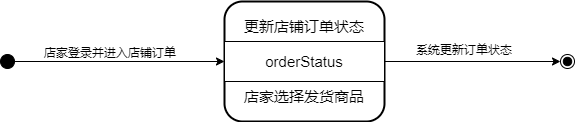
w1ntercube/TJ-SE-Design keeps this draw.io diagram as 文档/需求分析规约文档/三种建模/images/行为建模/12处理订单用例建模-行为建模.drawio.png. Above is the earlier version. Source tidied: cells renumbered, new cells last; positions are measured from the earlier drawing's top-left corner, leaving out a move shared by most shapes.
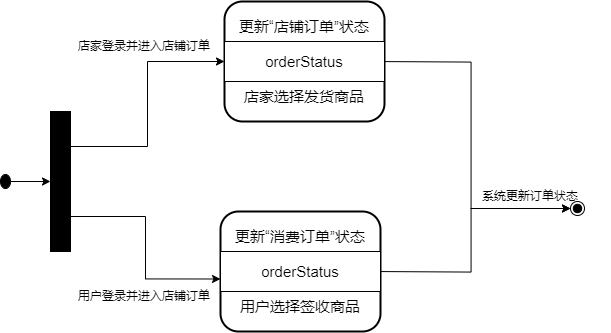
Above is the later version.

Change to the diagram source:
```diff
@@ -2,41 +2,78 @@
   <root>
     <mxCell id="0" />
     <mxCell id="1" parent="0" />
-    <mxCell id="2" style="edgeStyle=orthogonalEdgeStyle;rounded=0;jettySize=auto;html=1;entryX=0;entryY=0.5;entryDx=0;entryDy=0;" parent="1" edge="1" source="3" target="9">
-      <mxGeometry relative="1" as="geometry" />
-    </mxCell>
+    <mxCell id="14" style="edgeStyle=orthogonalEdgeStyle;rounded=0;jettySize=auto;html=1;exitX=1;exitY=0.5;exitDx=0;exitDy=0;entryX=0.5;entryY=1;entryDx=0;entryDy=0;" parent="1" edge="1" source="3" target="19">
+      <mxGeometry relative="1" as="geometry" />
+    </mxCell>
     <mxCell id="3" style="ellipse;fillColor=strokeColor;" parent="1" vertex="1">
-      <mxGeometry y="53" width="14" height="14" as="geometry" />
+      <mxGeometry y="53" width="10" height="14" as="geometry" />
     </mxCell>
     <mxCell id="4" style="ellipse;shape=endState;fillColor=strokeColor;" parent="1" vertex="1">
-      <mxGeometry x="560" y="53" width="14" height="14" as="geometry" />
+      <mxGeometry x="570" y="80" width="14" height="14" as="geometry" />
     </mxCell>
-    <mxCell id="5" style="group;strokeWidth=11;" parent="1" vertex="1">
-      <mxGeometry x="224" width="160" height="120" as="geometry" />
-    </mxCell>
-    <mxCell id="6" style="rounded=1;whiteSpace=wrap;html=1;strokeWidth=2;" parent="5" vertex="1">
-      <mxGeometry width="160" height="120" as="geometry" />
-    </mxCell>
-    <mxCell id="7" style="verticalLabelPosition=bottom;verticalAlign=top;html=1;shape=mxgraph.basic.rect;fillColor2=none;strokeWidth=1;size=20;indent=5;" parent="5" vertex="1">
-      <mxGeometry y="40" width="160" height="40" as="geometry" />
-    </mxCell>
-    <mxCell id="8" value="&lt;span style=&quot;font-size: 15px;&quot;&gt;更新店铺订单状态&lt;/span&gt;" style="text;html=1;align=center;verticalAlign=middle;whiteSpace=wrap;rounded=0;" parent="5" vertex="1">
-      <mxGeometry y="10" width="160" height="30" as="geometry" />
-    </mxCell>
-    <mxCell id="9" value="&lt;span style=&quot;font-size: 15px;&quot;&gt;orderStatus&lt;/span&gt;" style="text;html=1;align=center;verticalAlign=middle;whiteSpace=wrap;rounded=0;" parent="5" vertex="1">
-      <mxGeometry y="45" width="160" height="30" as="geometry" />
-    </mxCell>
-    <mxCell id="10" value="&lt;span style=&quot;font-size: 15px;&quot;&gt;店家选择发货商品&lt;/span&gt;" style="text;html=1;align=center;verticalAlign=middle;whiteSpace=wrap;rounded=0;" parent="5" vertex="1">
-      <mxGeometry y="80" width="160" height="30" as="geometry" />
-    </mxCell>
-    <mxCell id="11" style="edgeStyle=orthogonalEdgeStyle;rounded=0;jettySize=auto;html=1;entryX=0;entryY=0.5;entryDx=0;entryDy=0;" parent="1" edge="1" source="9" target="4">
-      <mxGeometry relative="1" as="geometry" />
+    <mxCell id="11" style="edgeStyle=orthogonalEdgeStyle;rounded=0;jettySize=auto;html=1;entryX=0;entryY=0.5;entryDx=0;entryDy=0;" parent="1" edge="1" target="4">
+      <mxGeometry relative="1" as="geometry">
+        <mxPoint x="370" y="-60" as="sourcePoint" />
+      </mxGeometry>
     </mxCell>
-    <mxCell id="12" value="店家登录并进入店铺订单" style="text;html=1;align=center;verticalAlign=middle;whiteSpace=wrap;rounded=0;" parent="1" vertex="1">
-      <mxGeometry x="30" y="37" width="160" height="30" as="geometry" />
+    <mxCell id="12" value="用户登录并进入店铺订单" style="text;html=1;align=center;verticalAlign=middle;whiteSpace=wrap;rounded=0;" parent="1" vertex="1">
+      <mxGeometry x="64" y="160" width="160" height="30" as="geometry" />
     </mxCell>
     <mxCell id="13" value="系统更新订单状态" style="text;html=1;align=center;verticalAlign=middle;whiteSpace=wrap;rounded=0;" parent="1" vertex="1">
-      <mxGeometry x="384" y="34" width="160" height="30" as="geometry" />
+      <mxGeometry x="450" y="60" width="160" height="30" as="geometry" />
     </mxCell>
+    <mxCell id="15" style="edgeStyle=orthogonalEdgeStyle;rounded=0;jettySize=auto;html=1;entryX=0;entryY=0.5;entryDx=0;entryDy=0;" parent="1" edge="1" target="4">
+      <mxGeometry relative="1" as="geometry">
+        <mxPoint x="370" y="150" as="sourcePoint" />
+      </mxGeometry>
+    </mxCell>
+    <mxCell id="16" value="店家登录并进入店铺订单" style="text;html=1;align=center;verticalAlign=middle;whiteSpace=wrap;rounded=0;" parent="1" vertex="1">
+      <mxGeometry x="64" y="-90" width="160" height="30" as="geometry" />
+    </mxCell>
+    <mxCell id="17" style="edgeStyle=orthogonalEdgeStyle;rounded=0;jettySize=auto;html=1;exitX=0.25;exitY=0;exitDx=0;exitDy=0;entryX=0;entryY=0.5;entryDx=0;entryDy=0;" parent="1" edge="1" source="19" target="24">
+      <mxGeometry relative="1" as="geometry" />
+    </mxCell>
+    <mxCell id="18" style="edgeStyle=orthogonalEdgeStyle;rounded=0;jettySize=auto;html=1;exitX=0.75;exitY=0;exitDx=0;exitDy=0;entryX=0;entryY=0.75;entryDx=0;entryDy=0;" parent="1" edge="1" source="19" target="29">
+      <mxGeometry relative="1" as="geometry" />
+    </mxCell>
+    <mxCell id="19" style="rounded=0;whiteSpace=wrap;html=1;fillColor=#000000;rotation=90;" parent="1" vertex="1">
+      <mxGeometry x="-10" y="50" width="140" height="20" as="geometry" />
+    </mxCell>
+    <mxCell id="20" style="group;strokeWidth=11;" parent="1" vertex="1">
+      <mxGeometry x="224" y="-120" width="160" height="120" as="geometry" />
+    </mxCell>
+    <mxCell id="21" style="rounded=1;whiteSpace=wrap;html=1;strokeWidth=2;" parent="20" vertex="1">
+      <mxGeometry width="160" height="120" as="geometry" />
+    </mxCell>
+    <mxCell id="22" style="verticalLabelPosition=bottom;verticalAlign=top;html=1;shape=mxgraph.basic.rect;fillColor2=none;strokeWidth=1;size=20;indent=5;" parent="20" vertex="1">
+      <mxGeometry y="40" width="160" height="40" as="geometry" />
+    </mxCell>
+    <mxCell id="23" value="&lt;span style=&quot;font-size: 15px;&quot;&gt;更新“店铺订单”状态&lt;/span&gt;" style="text;html=1;align=center;verticalAlign=middle;whiteSpace=wrap;rounded=0;" parent="20" vertex="1">
+      <mxGeometry y="10" width="160" height="30" as="geometry" />
+    </mxCell>
+    <mxCell id="24" value="&lt;span style=&quot;font-size: 15px;&quot;&gt;orderStatus&lt;/span&gt;" style="text;html=1;align=center;verticalAlign=middle;whiteSpace=wrap;rounded=0;" parent="20" vertex="1">
+      <mxGeometry y="45" width="160" height="30" as="geometry" />
+    </mxCell>
+    <mxCell id="10" value="&lt;span style=&quot;font-size: 15px;&quot;&gt;店家选择发货商品&lt;/span&gt;" style="text;html=1;align=center;verticalAlign=middle;whiteSpace=wrap;rounded=0;" parent="20" vertex="1">
+      <mxGeometry y="80" width="160" height="30" as="geometry" />
+    </mxCell>
+    <mxCell id="25" style="group;strokeWidth=11;" parent="1" vertex="1">
+      <mxGeometry x="220" y="90" width="160" height="120" as="geometry" />
+    </mxCell>
+    <mxCell id="26" style="rounded=1;whiteSpace=wrap;html=1;strokeWidth=2;" parent="25" vertex="1">
+      <mxGeometry width="160" height="120" as="geometry" />
+    </mxCell>
+    <mxCell id="27" style="verticalLabelPosition=bottom;verticalAlign=top;html=1;shape=mxgraph.basic.rect;fillColor2=none;strokeWidth=1;size=20;indent=5;" parent="25" vertex="1">
+      <mxGeometry y="40" width="160" height="40" as="geometry" />
+    </mxCell>
+    <mxCell id="28" value="&lt;span style=&quot;font-size: 15px;&quot;&gt;更新“消费订单”状态&lt;/span&gt;" style="text;html=1;align=center;verticalAlign=middle;whiteSpace=wrap;rounded=0;" parent="25" vertex="1">
+      <mxGeometry y="10" width="160" height="30" as="geometry" />
+    </mxCell>
+    <mxCell id="29" value="&lt;span style=&quot;font-size: 15px;&quot;&gt;orderStatus&lt;/span&gt;" style="text;html=1;align=center;verticalAlign=middle;whiteSpace=wrap;rounded=0;" parent="25" vertex="1">
+      <mxGeometry y="45" width="160" height="30" as="geometry" />
+    </mxCell>
+    <mxCell id="30" value="&lt;span style=&quot;font-size: 15px;&quot;&gt;用户选择签收商品&lt;/span&gt;" style="text;html=1;align=center;verticalAlign=middle;whiteSpace=wrap;rounded=0;" parent="25" vertex="1">
+      <mxGeometry y="80" width="160" height="30" as="geometry" />
+    </mxCell>
   </root>
 </mxGraphModel>
```
